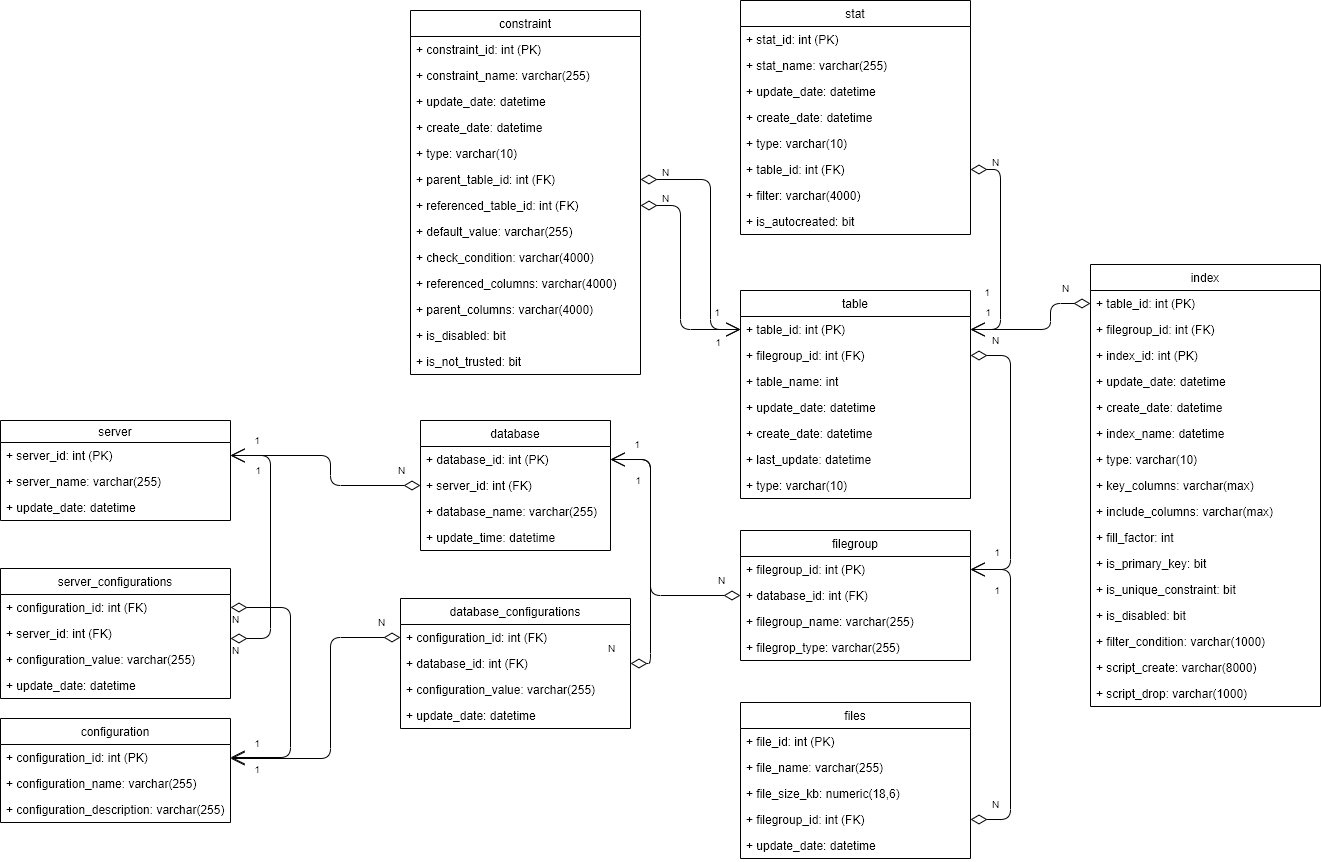
Earlier version of the draw.io export mer/MER.png (adrianhideki/sindex). Source tidied: cells renumbered, new cells last; positions are measured from the earlier drawing's top-left corner, leaving out a move shared by most shapes.
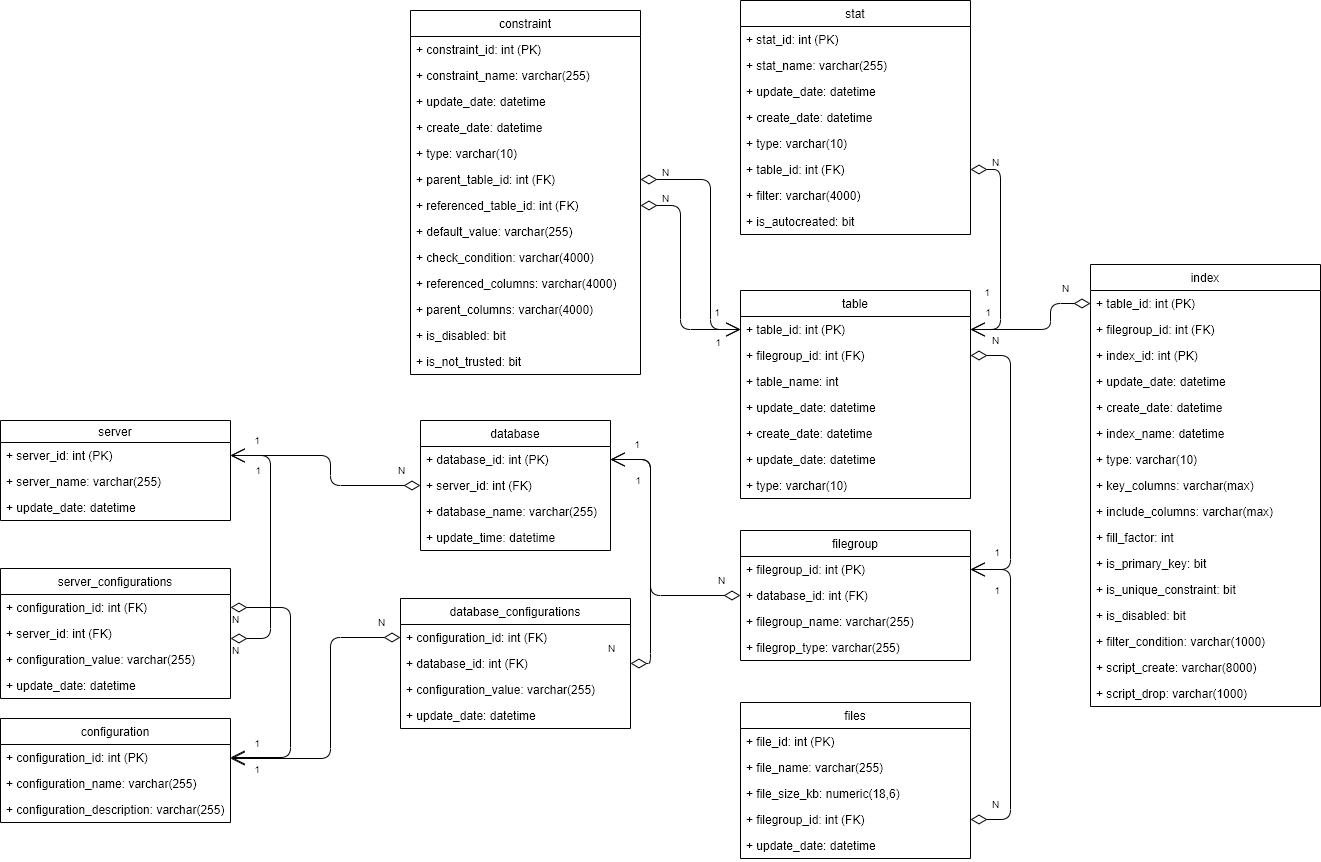
After the change.

Commit message:
Atualização no MER

What changed in the source:
```diff
@@ -245,7 +245,7 @@
     <mxCell id="62" value="+ create_date: datetime" style="text;strokeColor=none;fillColor=none;align=left;verticalAlign=top;spacingLeft=4;spacingRight=4;overflow=hidden;" parent="57" vertex="1">
       <mxGeometry y="130" width="230" height="26" as="geometry" />
     </mxCell>
-    <mxCell id="63" value="+ last_update: datetime" style="text;strokeColor=none;fillColor=none;align=left;verticalAlign=top;spacingLeft=4;spacingRight=4;overflow=hidden;" parent="57" vertex="1">
+    <mxCell id="63" value="+ update_date: datetime" style="text;strokeColor=none;fillColor=none;align=left;verticalAlign=top;spacingLeft=4;spacingRight=4;overflow=hidden;" parent="57" vertex="1">
       <mxGeometry y="156" width="230" height="26" as="geometry" />
     </mxCell>
     <mxCell id="64" value="+ type: varchar(10)" style="text;strokeColor=none;fillColor=none;align=left;verticalAlign=top;spacingLeft=4;spacingRight=4;overflow=hidden;" parent="57" vertex="1">
```
